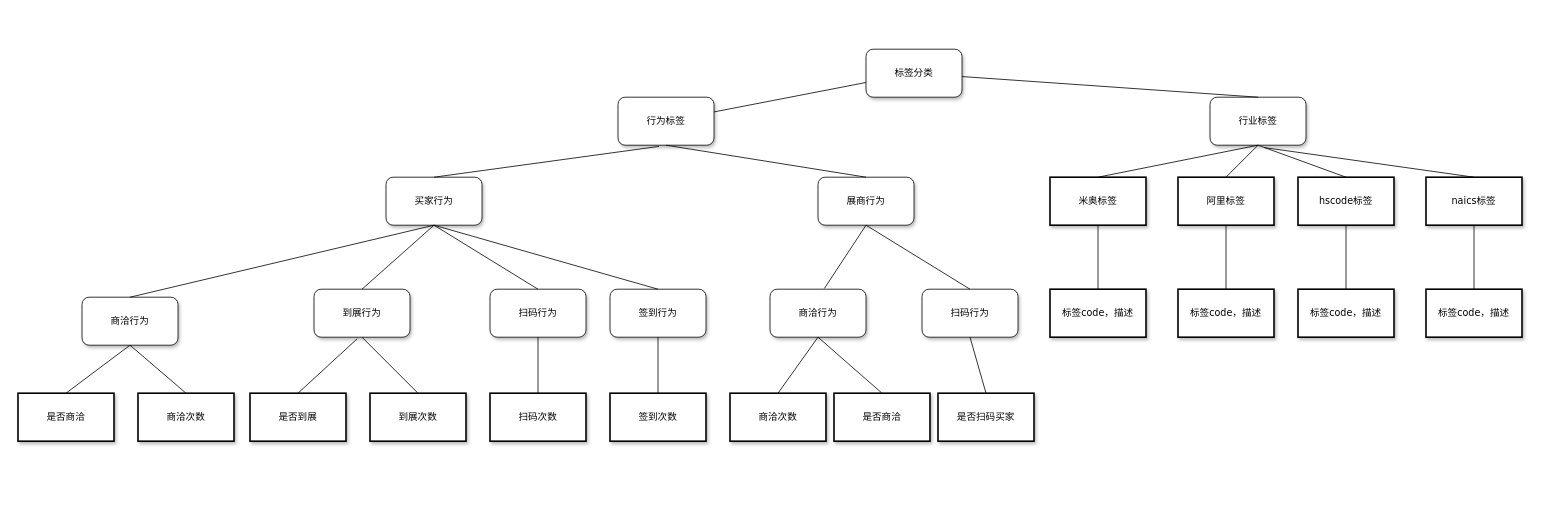
Earlier version of the draw.io diagram 标签划分.drawio (HLSO6/draw). Source tidied: cells renumbered, new cells numbered last; positions are measured from the earlier drawing's top-left corner, leaving out a move shared by most shapes. Both pictures are drawn from the tidied source at 80%, with x=0, y=0 at pixel (18, 49).
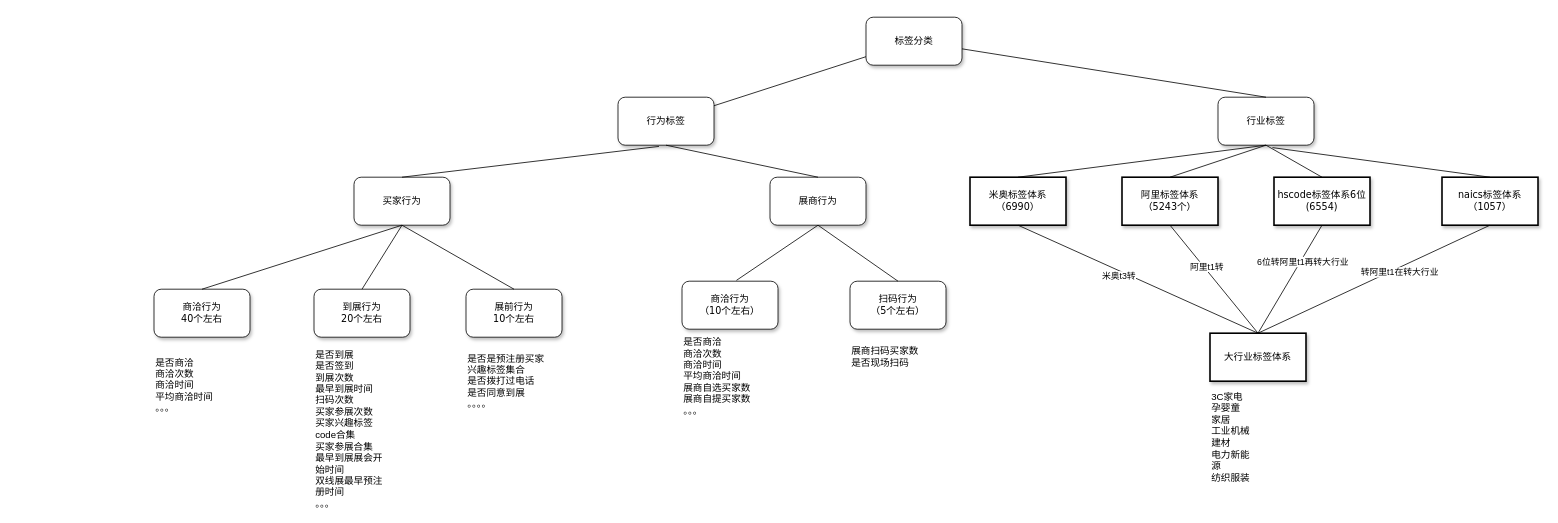
The same page after the edit.

Commit message (it also covers changes not shown here):
更新标签划分.drawio

The edit, as a diff of the source:
```diff
@@
     <mxCell id="2" value="标签分类" style="whiteSpace=wrap;html=1;rounded=1;shadow=1;labelBackgroundColor=none;strokeWidth=1;fontFamily=Verdana;fontSize=12;align=center;" parent="1" vertex="1">
-      <mxGeometry x="1060" width="120" height="60" as="geometry" />
+      <mxGeometry x="1060" y="-40" width="120" height="60" as="geometry" />
     </mxCell>
@@
     <mxCell id="4" value="&lt;span&gt;行业标签&lt;/span&gt;" style="whiteSpace=wrap;html=1;rounded=1;shadow=1;labelBackgroundColor=none;strokeWidth=1;fontFamily=Verdana;fontSize=12;align=center;" parent="1" vertex="1">
-      <mxGeometry x="1490" y="60" width="120" height="60" as="geometry" />
+      <mxGeometry x="1500" y="60" width="120" height="60" as="geometry" />
     </mxCell>
@@
     <mxCell id="6" value="&lt;span&gt;买家行为&lt;/span&gt;" style="whiteSpace=wrap;html=1;rounded=1;shadow=1;labelBackgroundColor=none;strokeWidth=1;fontFamily=Verdana;fontSize=12;align=center;" parent="1" vertex="1">
-      <mxGeometry x="460" y="160" width="120" height="60" as="geometry" />
+      <mxGeometry x="420" y="160" width="120" height="60" as="geometry" />
     </mxCell>
     <mxCell id="7" value="&lt;span&gt;展商行为&lt;/span&gt;" style="whiteSpace=wrap;html=1;rounded=1;shadow=1;labelBackgroundColor=none;strokeWidth=1;fontFamily=Verdana;fontSize=12;align=center;" parent="1" vertex="1">
-      <mxGeometry x="1000" y="160" width="120" height="60" as="geometry" />
+      <mxGeometry x="940" y="160" width="120" height="60" as="geometry" />
     </mxCell>
-    <mxCell id="8" value="&lt;span&gt;米奥标签&lt;/span&gt;" style="whiteSpace=wrap;html=1;rounded=0;shadow=1;labelBackgroundColor=none;strokeWidth=2;fontFamily=Verdana;fontSize=12;align=center;" parent="1" vertex="1">
-      <mxGeometry x="1290" y="160" width="120" height="60" as="geometry" />
+    <mxCell id="8" value="&lt;span&gt;米奥标签&lt;/span&gt;体系&lt;br&gt;（6990）" style="whiteSpace=wrap;html=1;rounded=0;shadow=1;labelBackgroundColor=none;strokeWidth=2;fontFamily=Verdana;fontSize=12;align=center;" parent="1" vertex="1">
+      <mxGeometry x="1190" y="160" width="120" height="60" as="geometry" />
     </mxCell>
-    <mxCell id="9" value="&lt;span&gt;阿里标签&lt;/span&gt;" style="whiteSpace=wrap;html=1;rounded=0;shadow=1;labelBackgroundColor=none;strokeWidth=2;fontFamily=Verdana;fontSize=12;align=center;" parent="1" vertex="1">
-      <mxGeometry x="1450" y="160" width="120" height="60" as="geometry" />
+    <mxCell id="9" value="&lt;span&gt;阿里标签&lt;/span&gt;体系&lt;br&gt;（5243个）" style="whiteSpace=wrap;html=1;rounded=0;shadow=1;labelBackgroundColor=none;strokeWidth=2;fontFamily=Verdana;fontSize=12;align=center;" parent="1" vertex="1">
+      <mxGeometry x="1380" y="160" width="120" height="60" as="geometry" />
     </mxCell>
-    <mxCell id="10" value="&lt;span&gt;商洽行为&lt;/span&gt;" style="whiteSpace=wrap;html=1;rounded=1;shadow=1;labelBackgroundColor=none;strokeWidth=1;fontFamily=Verdana;fontSize=12;align=center;" parent="1" vertex="1">
-      <mxGeometry x="80" y="310" width="120" height="60" as="geometry" />
+    <mxCell id="10" value="&lt;span&gt;商洽行为&lt;br&gt;40个左右&lt;br&gt;&lt;/span&gt;" style="whiteSpace=wrap;html=1;rounded=1;shadow=1;labelBackgroundColor=none;strokeWidth=1;fontFamily=Verdana;fontSize=12;align=center;" parent="1" vertex="1">
+      <mxGeometry x="170" y="300" width="120" height="60" as="geometry" />
     </mxCell>
-    <mxCell id="11" value="&lt;span&gt;到展行为&lt;/span&gt;" style="whiteSpace=wrap;html=1;rounded=1;shadow=1;labelBackgroundColor=none;strokeWidth=1;fontFamily=Verdana;fontSize=12;align=center;" parent="1" vertex="1">
+    <mxCell id="11" value="&lt;span&gt;到展行为&lt;br&gt;20个左右&lt;br&gt;&lt;/span&gt;" style="whiteSpace=wrap;html=1;rounded=1;shadow=1;labelBackgroundColor=none;strokeWidth=1;fontFamily=Verdana;fontSize=12;align=center;" parent="1" vertex="1">
       <mxGeometry x="370" y="300" width="120" height="60" as="geometry" />
     </mxCell>
-    <mxCell id="12" value="是否商洽" style="whiteSpace=wrap;html=1;rounded=0;shadow=1;labelBackgroundColor=none;strokeWidth=2;fontFamily=Verdana;fontSize=12;align=center;" parent="1" vertex="1">
-      <mxGeometry y="430" width="120" height="60" as="geometry" />
-    </mxCell>
-    <mxCell id="13" value="&lt;span&gt;是否到展&lt;/span&gt;" style="whiteSpace=wrap;html=1;rounded=0;shadow=1;labelBackgroundColor=none;strokeWidth=2;fontFamily=Verdana;fontSize=12;align=center;" parent="1" vertex="1">
-      <mxGeometry x="290" y="430" width="120" height="60" as="geometry" />
-    </mxCell>
-    <mxCell id="14" value="&lt;span&gt;到展次数&lt;/span&gt;" style="whiteSpace=wrap;html=1;rounded=0;shadow=1;labelBackgroundColor=none;strokeWidth=2;fontFamily=Verdana;fontSize=12;align=center;" parent="1" vertex="1">
-      <mxGeometry x="440" y="430" width="120" height="60" as="geometry" />
-    </mxCell>
-    <mxCell id="15" value="&lt;span&gt;是否商洽&lt;/span&gt;" style="whiteSpace=wrap;html=1;rounded=0;shadow=1;labelBackgroundColor=none;strokeWidth=2;fontFamily=Verdana;fontSize=12;align=center;" parent="1" vertex="1">
-      <mxGeometry x="1020" y="430" width="120" height="60" as="geometry" />
-    </mxCell>
@@
-    <mxCell id="21" value="&lt;span&gt;hscode标签&lt;/span&gt;" style="whiteSpace=wrap;html=1;rounded=0;shadow=1;labelBackgroundColor=none;strokeWidth=2;fontFamily=Verdana;fontSize=12;align=center;" parent="1" vertex="1">
-      <mxGeometry x="1600" y="160" width="120" height="60" as="geometry" />
+    <mxCell id="21" value="&lt;span&gt;hscode标签&lt;/span&gt;体系6位&lt;br&gt;(6554)" style="whiteSpace=wrap;html=1;rounded=0;shadow=1;labelBackgroundColor=none;strokeWidth=2;fontFamily=Verdana;fontSize=12;align=center;" parent="1" vertex="1">
+      <mxGeometry x="1570" y="160" width="120" height="60" as="geometry" />
     </mxCell>
-    <mxCell id="22" value="naics标签" style="whiteSpace=wrap;html=1;rounded=0;shadow=1;labelBackgroundColor=none;strokeWidth=2;fontFamily=Verdana;fontSize=12;align=center;" parent="1" vertex="1">
-      <mxGeometry x="1760" y="160" width="120" height="60" as="geometry" />
+    <mxCell id="22" value="naics标签体系&lt;br&gt;（1057）" style="whiteSpace=wrap;html=1;rounded=0;shadow=1;labelBackgroundColor=none;strokeWidth=2;fontFamily=Verdana;fontSize=12;align=center;" parent="1" vertex="1">
+      <mxGeometry x="1780" y="160" width="120" height="60" as="geometry" />
     </mxCell>
@@
-    <mxCell id="25" value="&lt;span&gt;扫码行为&lt;/span&gt;" style="whiteSpace=wrap;html=1;rounded=1;shadow=1;labelBackgroundColor=none;strokeWidth=1;fontFamily=Verdana;fontSize=12;align=center;" parent="1" vertex="1">
-      <mxGeometry x="590" y="300" width="120" height="60" as="geometry" />
-    </mxCell>
-    <mxCell id="26" value="&lt;span&gt;签到行为&lt;/span&gt;" style="whiteSpace=wrap;html=1;rounded=1;shadow=1;labelBackgroundColor=none;strokeWidth=1;fontFamily=Verdana;fontSize=12;align=center;" parent="1" vertex="1">
-      <mxGeometry x="740" y="300" width="120" height="60" as="geometry" />
+    <mxCell id="26" value="展前行为&lt;br&gt;10个左右" style="whiteSpace=wrap;html=1;rounded=1;shadow=1;labelBackgroundColor=none;strokeWidth=1;fontFamily=Verdana;fontSize=12;align=center;" parent="1" vertex="1">
+      <mxGeometry x="560" y="300" width="120" height="60" as="geometry" />
     </mxCell>
-    <mxCell id="27" style="endArrow=none;html=1;rounded=0;exitX=0.5;exitY=0;exitDx=0;exitDy=0;entryX=0.5;entryY=1;entryDx=0;entryDy=0;" parent="1" edge="1" source="25" target="6">
-      <mxGeometry relative="1" as="geometry" />
-    </mxCell>
@@
-    <mxCell id="29" value="&lt;span&gt;商洽行为&lt;/span&gt;" style="whiteSpace=wrap;html=1;rounded=1;shadow=1;labelBackgroundColor=none;strokeWidth=1;fontFamily=Verdana;fontSize=12;align=center;" parent="1" vertex="1">
-      <mxGeometry x="940" y="300" width="120" height="60" as="geometry" />
+    <mxCell id="29" value="&lt;span&gt;商洽行为&lt;br&gt;（10个左右）&lt;/span&gt;" style="whiteSpace=wrap;html=1;rounded=1;shadow=1;labelBackgroundColor=none;strokeWidth=1;fontFamily=Verdana;fontSize=12;align=center;" parent="1" vertex="1">
+      <mxGeometry x="830" y="290" width="120" height="60" as="geometry" />
     </mxCell>
-    <mxCell id="30" value="&lt;span&gt;扫码行为&lt;/span&gt;" style="whiteSpace=wrap;html=1;rounded=1;shadow=1;labelBackgroundColor=none;strokeWidth=1;fontFamily=Verdana;fontSize=12;align=center;" parent="1" vertex="1">
-      <mxGeometry x="1130" y="300" width="120" height="60" as="geometry" />
+    <mxCell id="30" value="&lt;span&gt;扫码行为&lt;br&gt;（5个左右）&lt;/span&gt;" style="whiteSpace=wrap;html=1;rounded=1;shadow=1;labelBackgroundColor=none;strokeWidth=1;fontFamily=Verdana;fontSize=12;align=center;" parent="1" vertex="1">
+      <mxGeometry x="1040" y="290" width="120" height="60" as="geometry" />
     </mxCell>
-    <mxCell id="31" value="商洽次数" style="whiteSpace=wrap;html=1;rounded=0;shadow=1;labelBackgroundColor=none;strokeWidth=2;fontFamily=Verdana;fontSize=12;align=center;" parent="1" vertex="1">
-      <mxGeometry x="150" y="430" width="120" height="60" as="geometry" />
-    </mxCell>
-    <mxCell id="32" style="endArrow=none;html=1;rounded=0;entryX=0.5;entryY=0;entryDx=0;entryDy=0;exitX=0.5;exitY=1;exitDx=0;exitDy=0;" parent="1" edge="1" source="10" target="31">
-      <mxGeometry relative="1" as="geometry" />
-    </mxCell>
-    <mxCell id="33" style="endArrow=none;html=1;rounded=0;entryX=0.5;entryY=0;entryDx=0;entryDy=0;exitX=0.5;exitY=1;exitDx=0;exitDy=0;" parent="1" edge="1" source="10" target="12">
-      <mxGeometry relative="1" as="geometry" />
-    </mxCell>
-    <mxCell id="34" style="endArrow=none;html=1;rounded=0;entryX=0.5;entryY=0;entryDx=0;entryDy=0;exitX=0.5;exitY=1;exitDx=0;exitDy=0;" parent="1" edge="1" source="11" target="14">
-      <mxGeometry relative="1" as="geometry" />
-    </mxCell>
-    <mxCell id="35" style="endArrow=none;html=1;rounded=0;entryX=0.5;entryY=0;entryDx=0;entryDy=0;exitX=0.45;exitY=1.033;exitDx=0;exitDy=0;exitPerimeter=0;" parent="1" edge="1" source="11" target="13">
-      <mxGeometry relative="1" as="geometry" />
-    </mxCell>
-    <mxCell id="36" value="&lt;span&gt;扫码次数&lt;/span&gt;" style="whiteSpace=wrap;html=1;rounded=0;shadow=1;labelBackgroundColor=none;strokeWidth=2;fontFamily=Verdana;fontSize=12;align=center;" parent="1" vertex="1">
-      <mxGeometry x="590" y="430" width="120" height="60" as="geometry" />
-    </mxCell>
-    <mxCell id="37" value="&lt;span&gt;签到次数&lt;/span&gt;" style="whiteSpace=wrap;html=1;rounded=0;shadow=1;labelBackgroundColor=none;strokeWidth=2;fontFamily=Verdana;fontSize=12;align=center;" parent="1" vertex="1">
-      <mxGeometry x="740" y="430" width="120" height="60" as="geometry" />
-    </mxCell>
-    <mxCell id="38" value="&lt;span&gt;商洽次数&lt;/span&gt;" style="whiteSpace=wrap;html=1;rounded=0;shadow=1;labelBackgroundColor=none;strokeWidth=2;fontFamily=Verdana;fontSize=12;align=center;" parent="1" vertex="1">
-      <mxGeometry x="890" y="430" width="120" height="60" as="geometry" />
-    </mxCell>
-    <mxCell id="39" style="endArrow=none;html=1;rounded=0;entryX=0.5;entryY=0;entryDx=0;entryDy=0;exitX=0.5;exitY=1;exitDx=0;exitDy=0;" parent="1" edge="1" source="25" target="36">
-      <mxGeometry relative="1" as="geometry" />
-    </mxCell>
-    <mxCell id="40" style="endArrow=none;html=1;rounded=0;entryX=0.5;entryY=0;entryDx=0;entryDy=0;exitX=0.5;exitY=1;exitDx=0;exitDy=0;" parent="1" edge="1" source="26" target="37">
-      <mxGeometry relative="1" as="geometry" />
-    </mxCell>
-    <mxCell id="41" style="endArrow=none;html=1;rounded=0;exitX=0.5;exitY=0;exitDx=0;exitDy=0;entryX=0.5;entryY=1;entryDx=0;entryDy=0;" parent="1" edge="1" source="38" target="29">
-      <mxGeometry relative="1" as="geometry" />
-    </mxCell>
@@
-    <mxCell id="44" value="&lt;span&gt;是否扫码买家&lt;/span&gt;" style="whiteSpace=wrap;html=1;rounded=0;shadow=1;labelBackgroundColor=none;strokeWidth=2;fontFamily=Verdana;fontSize=12;align=center;" parent="1" vertex="1">
-      <mxGeometry x="1150" y="430" width="120" height="60" as="geometry" />
-    </mxCell>
-    <mxCell id="45" style="endArrow=none;html=1;rounded=0;exitX=0.5;exitY=1;exitDx=0;exitDy=0;entryX=0.5;entryY=0;entryDx=0;entryDy=0;" parent="1" edge="1" source="30" target="44">
-      <mxGeometry relative="1" as="geometry" />
-    </mxCell>
-    <mxCell id="46" value="&lt;span&gt;标签code，描述&lt;/span&gt;" style="whiteSpace=wrap;html=1;rounded=0;shadow=1;labelBackgroundColor=none;strokeWidth=2;fontFamily=Verdana;fontSize=12;align=center;" parent="1" vertex="1">
-      <mxGeometry x="1290" y="300" width="120" height="60" as="geometry" />
-    </mxCell>
-    <mxCell id="47" value="标签code，描述" style="whiteSpace=wrap;html=1;rounded=0;shadow=1;labelBackgroundColor=none;strokeWidth=2;fontFamily=Verdana;fontSize=12;align=center;" parent="1" vertex="1">
-      <mxGeometry x="1450" y="300" width="120" height="60" as="geometry" />
-    </mxCell>
-    <mxCell id="48" value="标签code，描述" style="whiteSpace=wrap;html=1;rounded=0;shadow=1;labelBackgroundColor=none;strokeWidth=2;fontFamily=Verdana;fontSize=12;align=center;" parent="1" vertex="1">
-      <mxGeometry x="1600" y="300" width="120" height="60" as="geometry" />
-    </mxCell>
-    <mxCell id="49" style="endArrow=none;html=1;rounded=0;entryX=0.5;entryY=0;entryDx=0;entryDy=0;exitX=0.5;exitY=1;exitDx=0;exitDy=0;" parent="1" edge="1" source="8" target="46">
-      <mxGeometry relative="1" as="geometry" />
-    </mxCell>
-    <mxCell id="50" style="endArrow=none;html=1;rounded=0;exitX=0.5;exitY=1;exitDx=0;exitDy=0;entryX=0.5;entryY=0;entryDx=0;entryDy=0;" parent="1" edge="1" source="9" target="47">
-      <mxGeometry relative="1" as="geometry" />
-    </mxCell>
-    <mxCell id="51" style="endArrow=none;html=1;rounded=0;exitX=0.5;exitY=1;exitDx=0;exitDy=0;entryX=0.5;entryY=0;entryDx=0;entryDy=0;" parent="1" edge="1" source="21" target="48">
-      <mxGeometry relative="1" as="geometry" />
-    </mxCell>
-    <mxCell id="52" style="endArrow=none;html=1;rounded=0;exitX=0.5;exitY=1;exitDx=0;exitDy=0;entryX=0.5;entryY=0;entryDx=0;entryDy=0;" parent="1" edge="1" source="22" target="56">
-      <mxGeometry relative="1" as="geometry" />
-    </mxCell>
-    <mxCell id="53" style="endArrow=none;html=1;rounded=0;exitX=0.5;exitY=0;exitDx=0;exitDy=0;entryX=0.5;entryY=1;entryDx=0;entryDy=0;" parent="1" edge="1" source="15" target="29">
-      <mxGeometry relative="1" as="geometry" />
-    </mxCell>
@@
-    <mxCell id="56" value="标签code，描述" style="whiteSpace=wrap;html=1;rounded=0;shadow=1;labelBackgroundColor=none;strokeWidth=2;fontFamily=Verdana;fontSize=12;align=center;" parent="1" vertex="1">
-      <mxGeometry x="1760" y="300" width="120" height="60" as="geometry" />
-    </mxCell>
+    <mxCell id="57" value="是否商洽&lt;br&gt;商洽次数&lt;br&gt;商洽时间&lt;br&gt;平均商洽时间&lt;br&gt;。。。" style="text;html=1;strokeColor=none;fillColor=none;align=left;verticalAlign=middle;whiteSpace=wrap;rounded=0;" parent="1" vertex="1">
+      <mxGeometry x="170" y="410" width="80" height="20" as="geometry" />
+    </mxCell>
+    <mxCell id="58" value="是否到展&lt;br&gt;是否签到&lt;br&gt;到展次数&lt;br&gt;最早到展时间&lt;br&gt;扫码次数&lt;br&gt;&lt;div&gt;买家参展次数&lt;/div&gt;&lt;div&gt;买家兴趣标签code合集&lt;/div&gt;&lt;div&gt;买家参展合集&lt;/div&gt;&lt;div&gt;最早到展展会开始时间&lt;/div&gt;&lt;div&gt;双线展最早预注册时间&lt;/div&gt;。。。" style="text;html=1;strokeColor=none;fillColor=none;align=left;verticalAlign=middle;whiteSpace=wrap;rounded=0;" parent="1" vertex="1">
+      <mxGeometry x="370" y="459.5" width="90" height="31" as="geometry" />
+    </mxCell>
+    <mxCell id="59" value="是否是预注册买家&lt;br&gt;兴趣标签集合&lt;br&gt;是否拨打过电话&lt;br&gt;是否同意到展&lt;br&gt;。。。。" style="text;html=1;align=left;verticalAlign=middle;strokeColor=none;fillColor=none;" parent="1" vertex="1">
+      <mxGeometry x="560" y="369.5" width="120" height="90" as="geometry" />
+    </mxCell>
+    <mxCell id="60" value="是否商洽&lt;br&gt;商洽次数&lt;br&gt;商洽时间&lt;br&gt;平均商洽时间&lt;br&gt;展商自选买家数&lt;br&gt;展商自提买家数&lt;br&gt;。。。" style="text;html=1;strokeColor=none;fillColor=none;align=left;verticalAlign=middle;whiteSpace=wrap;rounded=0;" parent="1" vertex="1">
+      <mxGeometry x="830" y="399" width="110" height="20" as="geometry" />
+    </mxCell>
+    <mxCell id="61" value="展商扫码买家数&lt;br&gt;是否现场扫码&lt;br&gt;" style="text;html=1;strokeColor=none;fillColor=none;align=left;verticalAlign=middle;whiteSpace=wrap;rounded=0;" parent="1" vertex="1">
+      <mxGeometry x="1040" y="369.5" width="90" height="31" as="geometry" />
+    </mxCell>
+    <mxCell id="62" value="大行业标签体系" style="whiteSpace=wrap;html=1;rounded=0;shadow=1;labelBackgroundColor=none;strokeWidth=2;fontFamily=Verdana;fontSize=12;align=center;" parent="1" vertex="1">
+      <mxGeometry x="1490" y="355" width="120" height="60" as="geometry" />
+    </mxCell>
+    <mxCell id="63" style="endArrow=none;html=1;rounded=0;exitX=0.5;exitY=1;exitDx=0;exitDy=0;entryX=0.5;entryY=0;entryDx=0;entryDy=0;" parent="1" edge="1" source="8" target="62">
+      <mxGeometry relative="1" as="geometry" />
+    </mxCell>
+    <mxCell id="64" value="米奥t3转" style="edgeLabel;html=1;align=center;verticalAlign=middle;" parent="63" vertex="1">
+      <mxGeometry x="-0.15" y="-5" relative="1" as="geometry">
+        <mxPoint y="1" as="offset" />
+      </mxGeometry>
+    </mxCell>
+    <mxCell id="65" style="endArrow=none;html=1;rounded=0;exitX=0.5;exitY=0;exitDx=0;exitDy=0;entryX=0.5;entryY=1;entryDx=0;entryDy=0;" parent="1" edge="1" source="62" target="21">
+      <mxGeometry relative="1" as="geometry" />
+    </mxCell>
+    <mxCell id="66" value="6位转阿里t1再转大行业" style="edgeLabel;html=1;align=center;verticalAlign=middle;" parent="65" vertex="1">
+      <mxGeometry x="0.34" y="-2" relative="1" as="geometry" />
+    </mxCell>
+    <mxCell id="67" style="endArrow=none;html=1;rounded=0;exitX=0.5;exitY=0;exitDx=0;exitDy=0;entryX=0.5;entryY=1;entryDx=0;entryDy=0;" parent="1" edge="1" source="62" target="22">
+      <mxGeometry relative="1" as="geometry" />
+    </mxCell>
+    <mxCell id="68" value="转阿里t1在转大行业" style="edgeLabel;html=1;align=center;verticalAlign=middle;" parent="67" vertex="1">
+      <mxGeometry x="0.2" y="-5" relative="1" as="geometry" />
+    </mxCell>
+    <mxCell id="69" style="endArrow=none;html=1;rounded=0;exitX=0.5;exitY=1;exitDx=0;exitDy=0;entryX=0.5;entryY=0;entryDx=0;entryDy=0;" parent="1" edge="1" source="9" target="62">
+      <mxGeometry relative="1" as="geometry" />
+    </mxCell>
+    <mxCell id="70" value="阿里t1转" style="edgeLabel;html=1;align=center;verticalAlign=middle;" parent="69" vertex="1">
+      <mxGeometry x="-0.21" y="3" relative="1" as="geometry" />
+    </mxCell>
+    <mxCell id="71" value="&lt;div&gt;3C家电&lt;/div&gt;&lt;div&gt;孕婴童&lt;/div&gt;&lt;div&gt;家居&lt;/div&gt;&lt;div&gt;工业机械&lt;/div&gt;&lt;div&gt;建材&lt;/div&gt;&lt;div&gt;电力新能源&lt;/div&gt;&lt;div&gt;纺织服装&lt;/div&gt;" style="text;html=1;strokeColor=none;fillColor=none;align=left;verticalAlign=middle;whiteSpace=wrap;rounded=0;" parent="1" vertex="1">
+      <mxGeometry x="1490" y="470" width="60" height="30" as="geometry" />
+    </mxCell>
```
